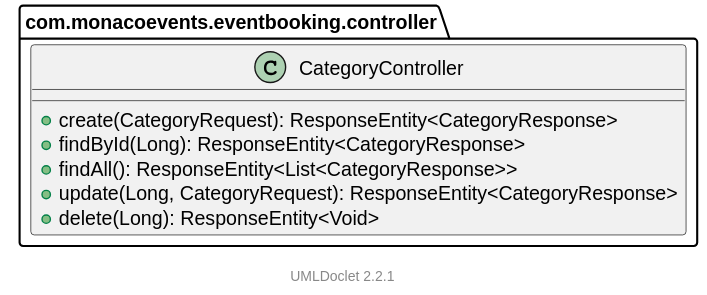
Above: docs/uml/com/monacoevents/eventbooking/controller/package.svg in LorisDrid/event-booking-api (PlantUML), before the change. The source it was exported from:
```plantuml
@startuml


    !pragma layout smetana
    set separator ::

    package com.monacoevents.eventbooking.controller {

        class CategoryController [[file:/C:/Users/loris/Documents/Programming/Github/event-booking-api/target/reports/apidocs/com/monacoevents/eventbooking/controller/CategoryController.html]] {
            +create(CategoryRequest): ResponseEntity<CategoryResponse>
            +findById(Long): ResponseEntity<CategoryResponse>
            +findAll(): ResponseEntity<List<CategoryResponse>>
            +update(Long, CategoryRequest): ResponseEntity<CategoryResponse>
            +delete(Long): ResponseEntity<Void>
        }

    }

    <style>
        footer {
            HyperLinkColor #8
            HyperLinkUnderlineThickness 0
        }
    </style>
    footer \n[[https://github.com/talsma-ict/umldoclet UMLDoclet 2.2.1]]
@enduml
```
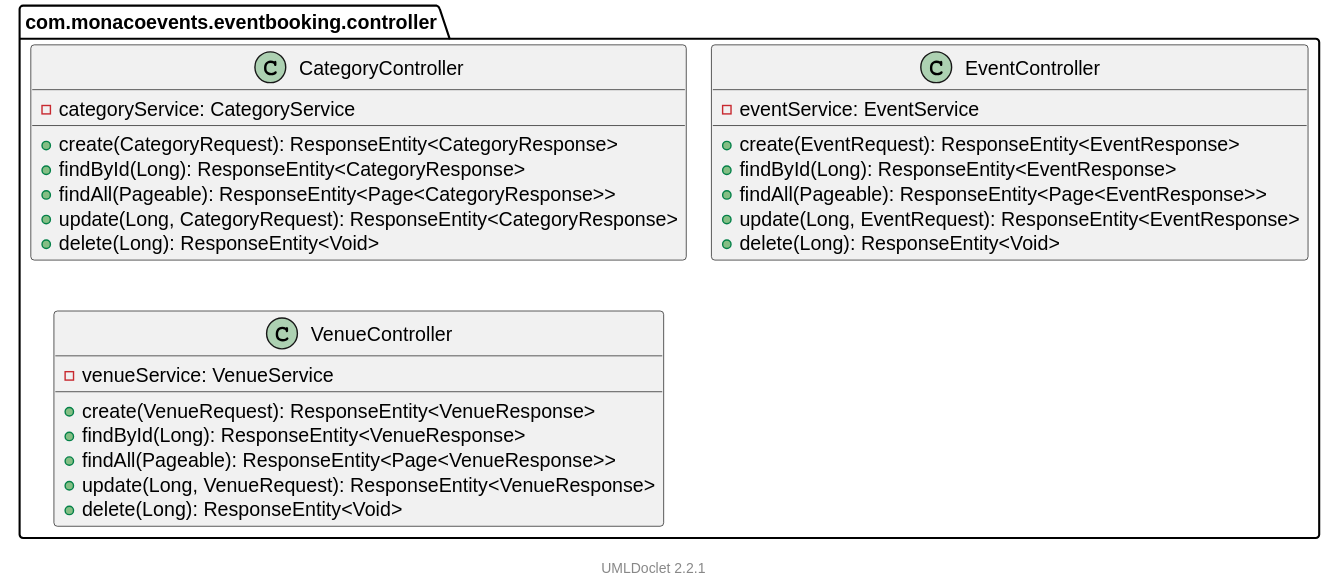
The same file after the commit.

Change to the diagram source:
```diff
@@ -7,10 +7,29 @@
     package com.monacoevents.eventbooking.controller {
 
         class CategoryController [[file:/C:/Users/loris/Documents/Programming/Github/event-booking-api/target/reports/apidocs/com/monacoevents/eventbooking/controller/CategoryController.html]] {
+            -categoryService: CategoryService
             +create(CategoryRequest): ResponseEntity<CategoryResponse>
             +findById(Long): ResponseEntity<CategoryResponse>
-            +findAll(): ResponseEntity<List<CategoryResponse>>
+            +findAll(Pageable): ResponseEntity<Page<CategoryResponse>>
             +update(Long, CategoryRequest): ResponseEntity<CategoryResponse>
+            +delete(Long): ResponseEntity<Void>
+        }
+
+        class EventController [[file:/C:/Users/loris/Documents/Programming/Github/event-booking-api/target/reports/apidocs/com/monacoevents/eventbooking/controller/EventController.html]] {
+            -eventService: EventService
+            +create(EventRequest): ResponseEntity<EventResponse>
+            +findById(Long): ResponseEntity<EventResponse>
+            +findAll(Pageable): ResponseEntity<Page<EventResponse>>
+            +update(Long, EventRequest): ResponseEntity<EventResponse>
+            +delete(Long): ResponseEntity<Void>
+        }
+
+        class VenueController [[file:/C:/Users/loris/Documents/Programming/Github/event-booking-api/target/reports/apidocs/com/monacoevents/eventbooking/controller/VenueController.html]] {
+            -venueService: VenueService
+            +create(VenueRequest): ResponseEntity<VenueResponse>
+            +findById(Long): ResponseEntity<VenueResponse>
+            +findAll(Pageable): ResponseEntity<Page<VenueResponse>>
+            +update(Long, VenueRequest): ResponseEntity<VenueResponse>
             +delete(Long): ResponseEntity<Void>
         }
 
```
